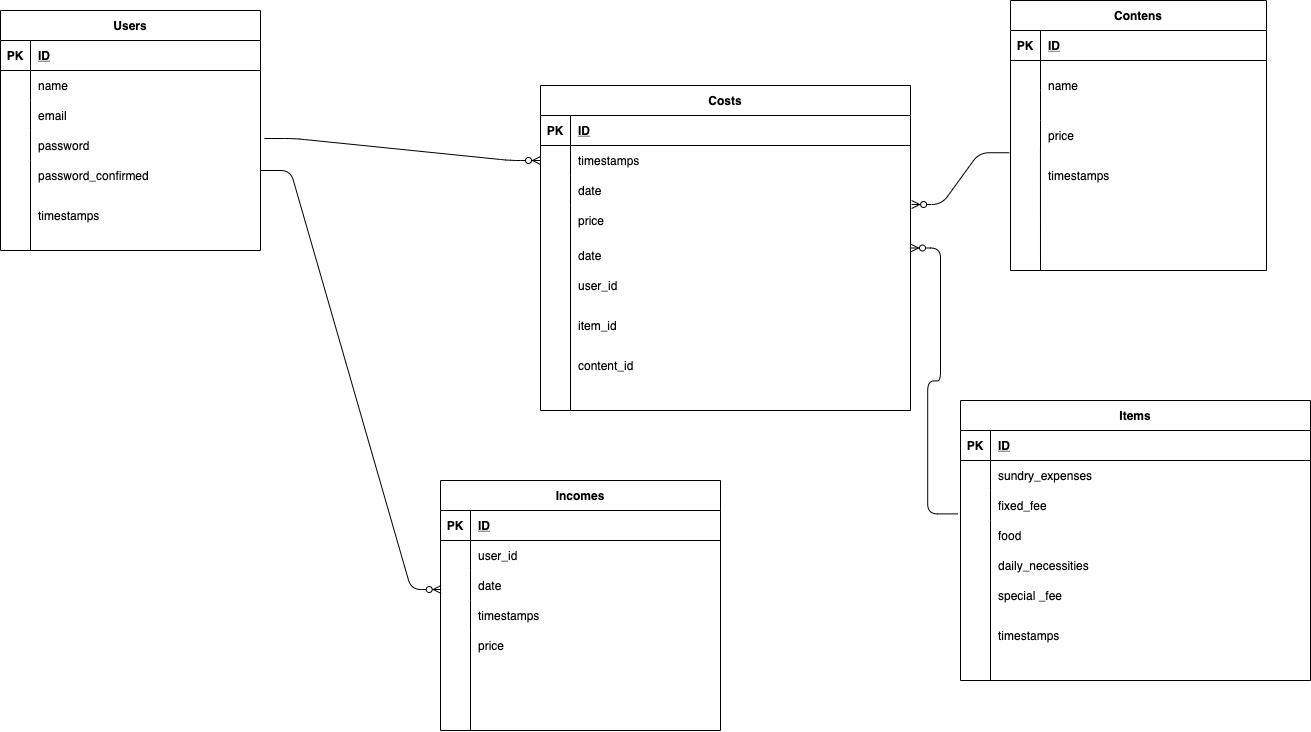
Earlier version of the draw.io export index.drawio.png (keisukefukuchi/accounting-book). Source tidied: cells renumbered, new cells last; positions are measured from the earlier drawing's top-left corner, leaving out a move shared by most shapes.
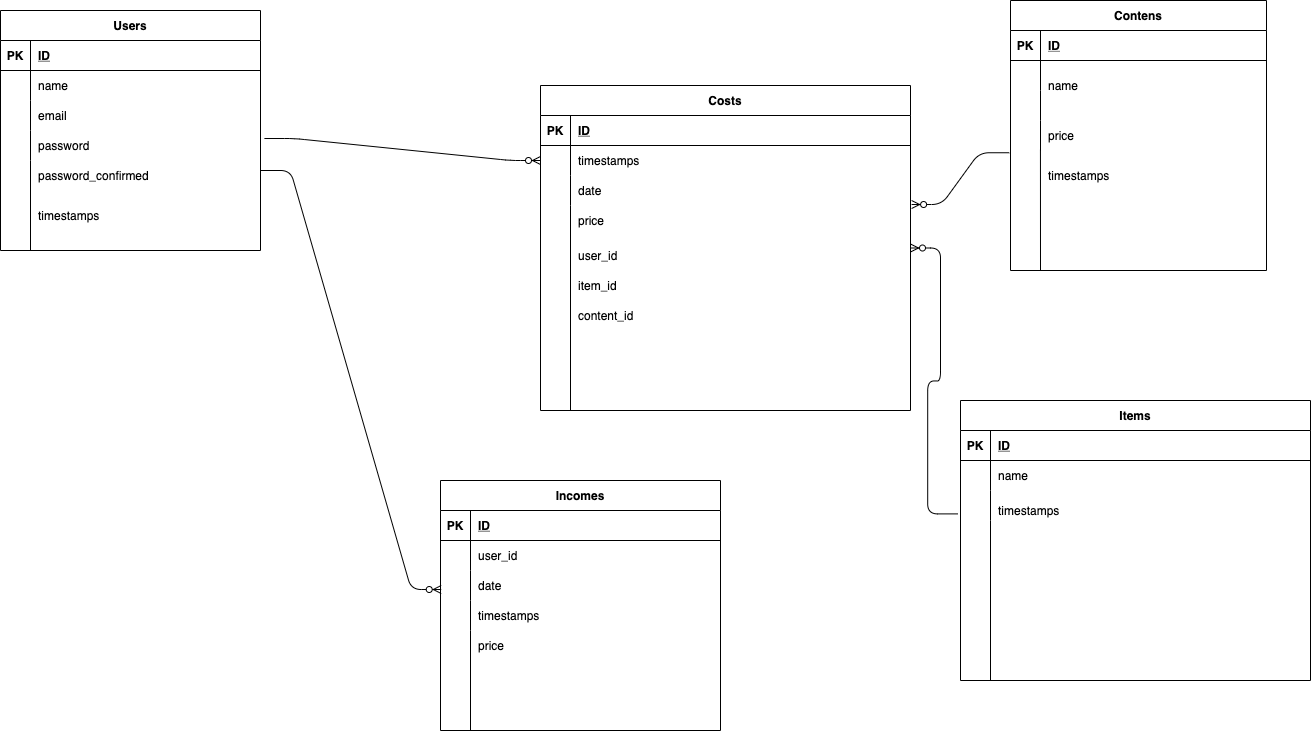
The same file after the commit.

Change to the diagram source:
```diff
@@ -186,7 +186,7 @@
     <mxCell id="58" style="shape=partialRectangle;fillColor=none;top=0;left=0;bottom=0;right=0;overflow=hidden;" parent="57" vertex="1">
       <mxGeometry width="30" height="30" as="geometry" />
     </mxCell>
-    <mxCell id="59" value="sundry_expenses" style="shape=partialRectangle;fillColor=none;top=0;left=0;bottom=0;right=0;align=left;spacingLeft=6;overflow=hidden;" parent="57" vertex="1">
+    <mxCell id="59" value="name" style="shape=partialRectangle;fillColor=none;top=0;left=0;bottom=0;right=0;align=left;spacingLeft=6;overflow=hidden;" parent="57" vertex="1">
       <mxGeometry x="30" width="320" height="30" as="geometry" />
     </mxCell>
     <mxCell id="60" style="shape=partialRectangle;fillColor=none;top=0;left=0;bottom=0;right=0;points=[[0,0.5],[1,0.5]];portConstraint=eastwest;" parent="53" vertex="1">
@@ -195,7 +195,7 @@
     <mxCell id="61" style="shape=partialRectangle;fillColor=none;top=0;left=0;bottom=0;right=0;overflow=hidden;" parent="60" vertex="1">
       <mxGeometry width="30" height="30" as="geometry" />
     </mxCell>
-    <mxCell id="62" value="fixed_fee" style="shape=partialRectangle;fillColor=none;top=0;left=0;bottom=0;right=0;align=left;spacingLeft=6;overflow=hidden;" parent="60" vertex="1">
+    <mxCell id="62" style="shape=partialRectangle;fillColor=none;top=0;left=0;bottom=0;right=0;align=left;spacingLeft=6;overflow=hidden;" parent="60" vertex="1">
       <mxGeometry x="30" width="320" height="30" as="geometry" />
     </mxCell>
     <mxCell id="63" style="shape=partialRectangle;fillColor=none;top=0;left=0;bottom=0;right=0;" parent="53" vertex="1">
@@ -213,17 +213,8 @@
         <mxPoint x="990" y="539" as="targetPoint" />
       </mxGeometry>
     </mxCell>
-    <mxCell id="67" value="food" style="shape=partialRectangle;fillColor=none;top=0;left=0;bottom=0;right=0;align=left;spacingLeft=6;overflow=hidden;" parent="1" vertex="1">
-      <mxGeometry x="990" y="520" width="320" height="30" as="geometry" />
-    </mxCell>
-    <mxCell id="68" value="daily_necessities" style="shape=partialRectangle;fillColor=none;top=0;left=0;bottom=0;right=0;align=left;spacingLeft=6;overflow=hidden;" parent="1" vertex="1">
-      <mxGeometry x="990" y="550" width="320" height="30" as="geometry" />
-    </mxCell>
-    <mxCell id="69" value="special _fee" style="shape=partialRectangle;fillColor=none;top=0;left=0;bottom=0;right=0;align=left;spacingLeft=6;overflow=hidden;" parent="1" vertex="1">
-      <mxGeometry x="990" y="580" width="320" height="30" as="geometry" />
-    </mxCell>
     <mxCell id="70" value="timestamps" style="shape=partialRectangle;fillColor=none;top=0;left=0;bottom=0;right=0;align=left;spacingLeft=6;overflow=hidden;" parent="1" vertex="1">
-      <mxGeometry x="990" y="620" width="226" height="30" as="geometry" />
+      <mxGeometry x="990" y="495" width="226" height="30" as="geometry" />
     </mxCell>
     <mxCell id="71" value="Costs" style="shape=table;startSize=30;rowLines=0;fontStyle=1;align=center;" parent="1" vertex="1">
       <mxGeometry x="540" y="85" width="370" height="325" as="geometry" />
@@ -264,7 +255,7 @@
     <mxCell id="83" value="price" style="shape=partialRectangle;fillColor=none;top=0;left=0;bottom=0;right=0;align=left;spacingLeft=6;overflow=hidden;" parent="81" vertex="1">
       <mxGeometry x="30" width="340" height="30" as="geometry" />
     </mxCell>
-    <mxCell id="84" value="date" style="shape=partialRectangle;fillColor=none;top=0;left=0;bottom=0;right=0;align=left;spacingLeft=6;overflow=hidden;" parent="1" vertex="1">
+    <mxCell id="84" style="shape=partialRectangle;fillColor=none;top=0;left=0;bottom=0;right=0;align=left;spacingLeft=6;overflow=hidden;" parent="1" vertex="1">
       <mxGeometry x="570" y="240" width="200" height="30" as="geometry" />
     </mxCell>
     <mxCell id="85" style="endArrow=none;html=1;rounded=0;" parent="1" edge="1">
@@ -280,13 +271,13 @@
       <mxGeometry width="30" height="30" as="geometry" />
     </mxCell>
     <mxCell id="88" value="user_id" style="shape=partialRectangle;fillColor=none;top=0;left=0;bottom=0;right=0;align=left;spacingLeft=6;overflow=hidden;" parent="1" vertex="1">
-      <mxGeometry x="570" y="270" width="240" height="30" as="geometry" />
+      <mxGeometry x="570" y="240" width="240" height="30" as="geometry" />
     </mxCell>
     <mxCell id="89" value="item_id" style="shape=partialRectangle;fillColor=none;top=0;left=0;bottom=0;right=0;align=left;spacingLeft=6;overflow=hidden;" parent="1" vertex="1">
-      <mxGeometry x="570" y="310" width="240" height="30" as="geometry" />
+      <mxGeometry x="570" y="270" width="240" height="30" as="geometry" />
     </mxCell>
     <mxCell id="90" value="content_id" style="shape=partialRectangle;fillColor=none;top=0;left=0;bottom=0;right=0;align=left;spacingLeft=6;overflow=hidden;" parent="1" vertex="1">
-      <mxGeometry x="570" y="350" width="240" height="30" as="geometry" />
+      <mxGeometry x="570" y="300" width="240" height="30" as="geometry" />
     </mxCell>
     <mxCell id="91" style="edgeStyle=entityRelationEdgeStyle;fontSize=12;html=1;endArrow=ERzeroToMany;endFill=1;exitX=-0.008;exitY=0.78;exitDx=0;exitDy=0;entryX=1;entryY=0.5;entryDx=0;entryDy=0;exitPerimeter=0;" parent="1" edge="1" source="60" target="71">
       <mxGeometry relative="1" as="geometry" />
```
